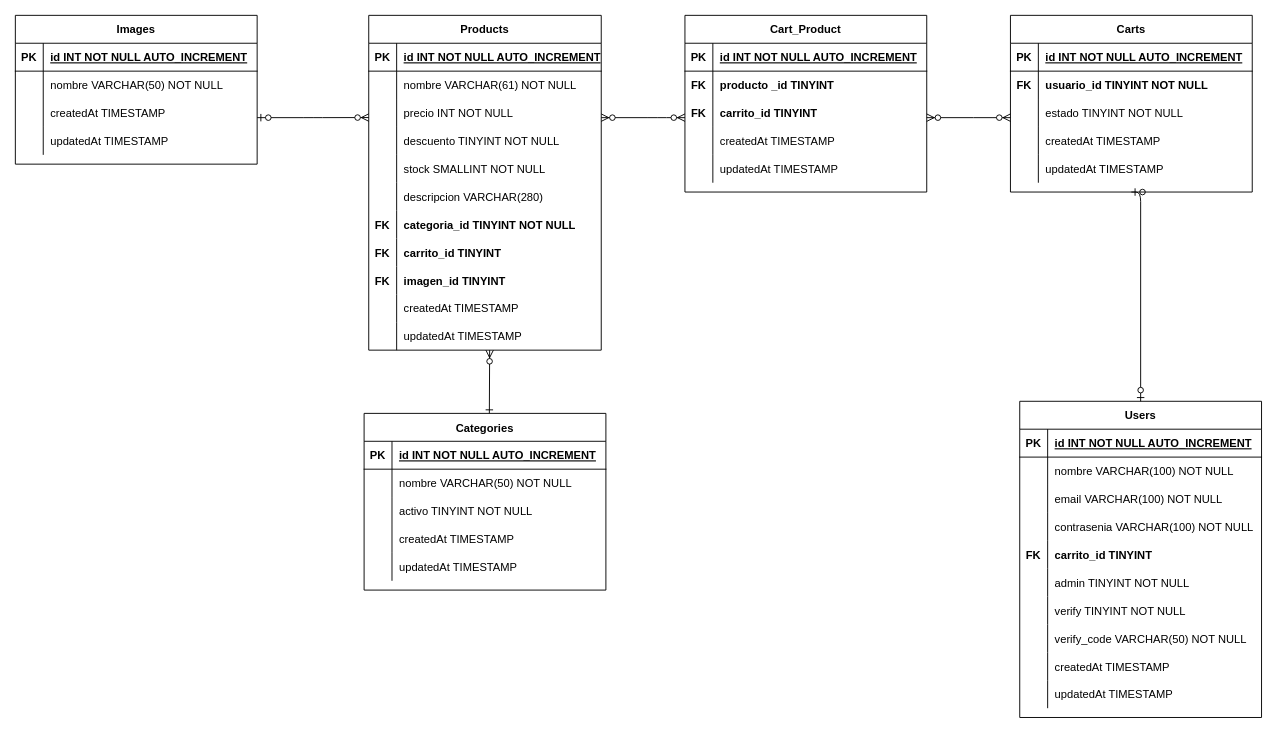
This is entregas - sprints/6to-sprint (Base de Datos)/Diagrama de base de datos.drawio from Evaristodantur/BierClub, a draw.io file, before an edit. Source tidied: cells renumbered, new cells numbered last; positions are measured from the earlier drawing's top-left corner, leaving out a move shared by most shapes. Both pictures are drawn from the tidied source at 93%, with x=0, y=0 at pixel (15, 15).
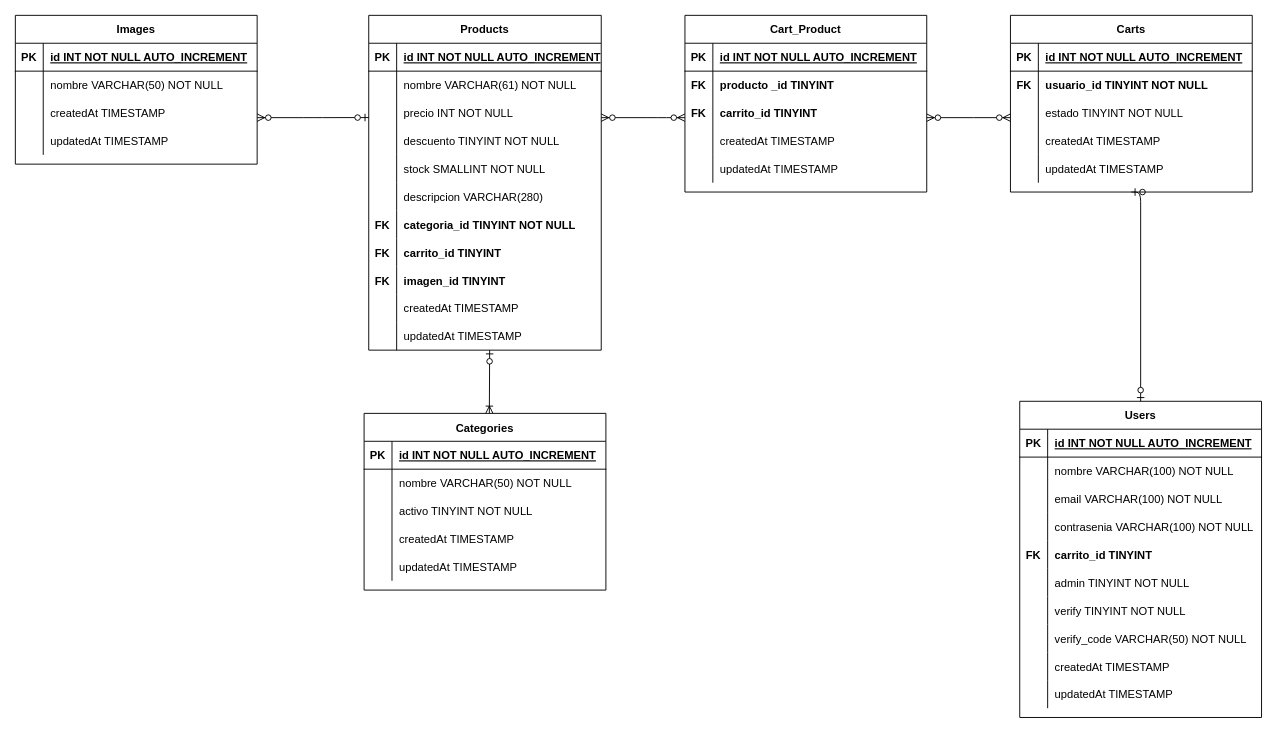
Above is the later version.

Unchanged cells that the change refers to:
```xml
<mxCell id="36" style="shape=partialRectangle;fillColor=none;points=[[0,0.5],[1,0.5]];portConstraint=eastwest;top=0;left=0;right=0;bottom=0;" parent="5" vertex="1">
  <mxGeometry y="330" width="250" height="30" as="geometry" />
</mxCell>
<mxCell id="103" value="Categories" style="shape=table;startSize=30;childLayout=tableLayout;rowLines=0;fontStyle=1;align=center;" parent="1" vertex="1">
  <mxGeometry x="375" y="428" width="260" height="190" as="geometry" />
</mxCell>
```

What changed in the source:
```diff
@@
-    <mxCell id="2" style="edgeStyle=elbowEdgeStyle;endArrow=ERzeroToMany;startArrow=ERone;endFill=1;startFill=0;entryX=0.519;entryY=1.001;entryDx=0;entryDy=0;entryPerimeter=0;exitX=0.518;exitY=0.001;exitDx=0;exitDy=0;exitPerimeter=0;" parent="1" edge="1" source="103" target="36">
+    <mxCell id="2" style="edgeStyle=elbowEdgeStyle;endArrow=ERzeroToOne;startArrow=ERoneToMany;endFill=1;startFill=0;entryX=0.519;entryY=1.001;entryDx=0;entryDy=0;entryPerimeter=0;exitX=0.518;exitY=0.001;exitDx=0;exitDy=0;exitPerimeter=0;" parent="1" edge="1" source="103" target="36">
       <mxGeometry relative="1" as="geometry">
         <Array as="points">
           <mxPoint x="510" y="420" />
           <mxPoint x="510" y="435" />
         </Array>
       </mxGeometry>
     </mxCell>
@@
-    <mxCell id="133" style="edgeStyle=elbowEdgeStyle;endArrow=ERzeroToMany;startArrow=ERzeroToOne;endFill=1;startFill=1;entryX=0;entryY=0.329;entryDx=0;entryDy=0;entryPerimeter=0;" parent="1" edge="1">
+    <mxCell id="133" style="edgeStyle=elbowEdgeStyle;endArrow=ERzeroToOne;startArrow=ERzeroToMany;endFill=1;startFill=1;entryX=0;entryY=0.329;entryDx=0;entryDy=0;entryPerimeter=0;" parent="1" edge="1">
       <mxGeometry relative="1" as="geometry">
         <mxPoint x="260" y="110" as="sourcePoint" />
         <mxPoint x="380" y="109.9" as="targetPoint" />
         <Array as="points">
           <mxPoint x="320.2" y="215" />
         </Array>
       </mxGeometry>
     </mxCell>
```
